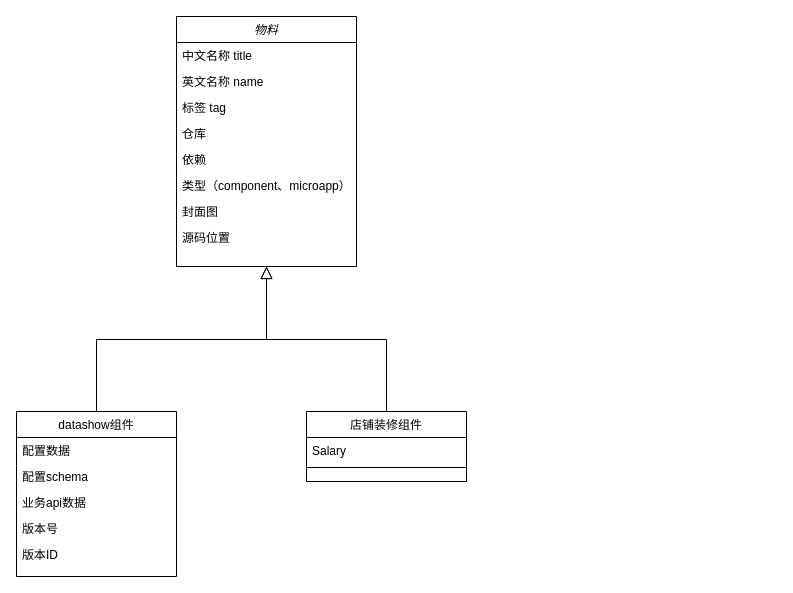
Before: 字段范围.drawio in star212/doc, a draw.io diagram. Source tidied: cells renumbered, new cells numbered last; positions are measured from the earlier drawing's top-left corner, leaving out a move shared by most shapes. Both pictures are drawn from the tidied source at 100%, with x=0, y=0 at pixel (16, 16).
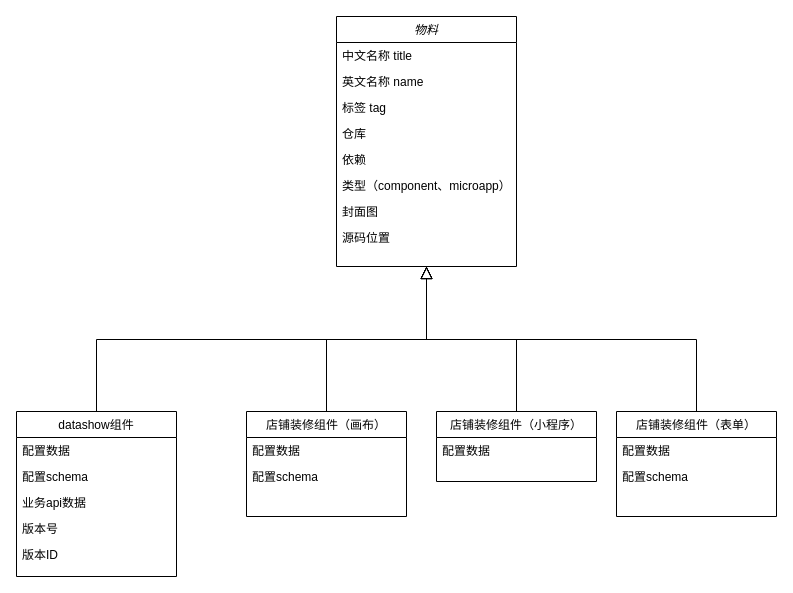
The same page after the edit.

Commit message:
补充店铺装修

Change to the diagram source:
```diff
@@
     <mxCell id="2" value="物料" style="swimlane;fontStyle=2;align=center;verticalAlign=top;horizontal=1;startSize=26;rounded=0;shadow=0;strokeWidth=1;" parent="1" vertex="1">
-      <mxGeometry x="160" width="180" height="250" as="geometry" />
+      <mxGeometry x="320" width="180" height="250" as="geometry" />
     </mxCell>
@@
-    <mxCell id="18" value="店铺装修组件&#10;" style="swimlane;fontStyle=0;align=center;verticalAlign=top;horizontal=1;startSize=26;rounded=0;shadow=0;strokeWidth=1;" parent="1" vertex="1">
-      <mxGeometry x="290" y="395" width="160" height="70" as="geometry" />
+    <mxCell id="18" value="店铺装修组件（画布）" style="swimlane;fontStyle=0;align=center;verticalAlign=top;horizontal=1;startSize=26;rounded=0;shadow=0;strokeWidth=1;" parent="1" vertex="1">
+      <mxGeometry x="230" y="395" width="160" height="105" as="geometry" />
     </mxCell>
-    <mxCell id="19" value="Salary" style="text;align=left;verticalAlign=top;spacingLeft=4;spacingRight=4;overflow=hidden;" parent="18" vertex="1">
+    <mxCell id="19" value="配置数据" style="text;align=left;verticalAlign=top;spacingLeft=4;spacingRight=4;overflow=hidden;" parent="18" vertex="1">
       <mxGeometry y="26" width="160" height="26" as="geometry" />
     </mxCell>
-    <mxCell id="20" style="line;html=1;strokeWidth=1;align=left;verticalAlign=middle;spacingTop=-1;spacingLeft=3;spacingRight=3;labelPosition=right;" parent="18" vertex="1">
-      <mxGeometry y="52" width="160" height="8" as="geometry" />
-    </mxCell>
+    <mxCell id="22" value="配置schema" style="text;align=left;verticalAlign=top;spacingLeft=4;spacingRight=4;overflow=hidden;" parent="18" vertex="1">
+      <mxGeometry y="52" width="160" height="26" as="geometry" />
+    </mxCell>
@@
+    <mxCell id="23" style="edgeStyle=elbowEdgeStyle;rounded=0;jettySize=auto;html=1;exitX=0.5;exitY=0;exitDx=0;exitDy=0;elbow=vertical;endArrow=block;endFill=0;endSize=10;" parent="1" edge="1" source="24">
+      <mxGeometry relative="1" as="geometry">
+        <mxPoint x="410" y="250" as="targetPoint" />
+      </mxGeometry>
+    </mxCell>
+    <mxCell id="24" value="店铺装修组件（表单）" style="swimlane;fontStyle=0;align=center;verticalAlign=top;horizontal=1;startSize=26;rounded=0;shadow=0;strokeWidth=1;" parent="1" vertex="1">
+      <mxGeometry x="600" y="395" width="160" height="105" as="geometry" />
+    </mxCell>
+    <mxCell id="25" value="配置数据" style="text;align=left;verticalAlign=top;spacingLeft=4;spacingRight=4;overflow=hidden;" parent="24" vertex="1">
+      <mxGeometry y="26" width="160" height="26" as="geometry" />
+    </mxCell>
+    <mxCell id="26" value="配置schema" style="text;align=left;verticalAlign=top;spacingLeft=4;spacingRight=4;overflow=hidden;" parent="24" vertex="1">
+      <mxGeometry y="52" width="160" height="26" as="geometry" />
+    </mxCell>
+    <mxCell id="27" style="edgeStyle=elbowEdgeStyle;rounded=0;jettySize=auto;html=1;exitX=0.5;exitY=0;exitDx=0;exitDy=0;elbow=vertical;endArrow=block;endFill=0;endSize=10;" parent="1" edge="1" source="28">
+      <mxGeometry relative="1" as="geometry">
+        <mxPoint x="410" y="250" as="targetPoint" />
+      </mxGeometry>
+    </mxCell>
+    <mxCell id="28" value="店铺装修组件（小程序）" style="swimlane;fontStyle=0;align=center;verticalAlign=top;horizontal=1;startSize=26;rounded=0;shadow=0;strokeWidth=1;" parent="1" vertex="1">
+      <mxGeometry x="420" y="395" width="160" height="70" as="geometry" />
+    </mxCell>
+    <mxCell id="29" value="配置数据" style="text;align=left;verticalAlign=top;spacingLeft=4;spacingRight=4;overflow=hidden;" parent="28" vertex="1">
+      <mxGeometry y="26" width="160" height="26" as="geometry" />
+    </mxCell>
```
